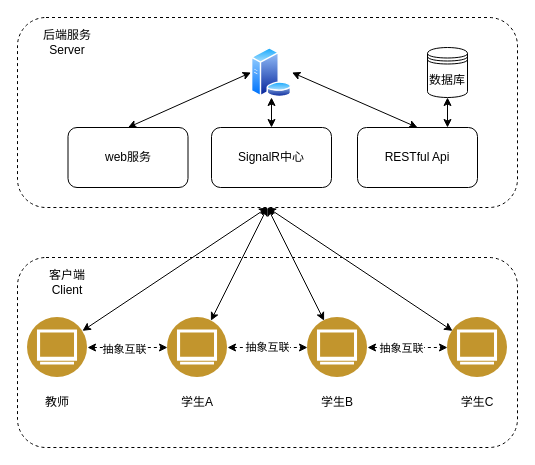
Above: 总体.drawio in Ekko306/diagrams.net (draw.io), before the change. Source tidied: cells renumbered, new cells numbered last; positions are measured from the earlier drawing's top-left corner, leaving out a move shared by most shapes. Both pictures are drawn from the tidied source at 100%, with x=0, y=0 at pixel (17, 17).
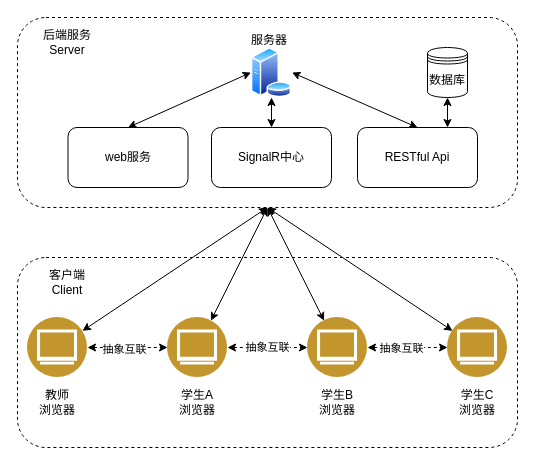
After the change.

Diff of the diagram source:
```diff
@@
-    <mxCell id="27" value="教师" style="text;html=1;strokeColor=none;fillColor=none;align=center;verticalAlign=middle;whiteSpace=wrap;rounded=0;dashed=1;" parent="1" vertex="1">
+    <mxCell id="27" value="教师&lt;br&gt;浏览器" style="text;html=1;strokeColor=none;fillColor=none;align=center;verticalAlign=middle;whiteSpace=wrap;rounded=0;dashed=1;" parent="1" vertex="1">
       <mxGeometry x="10" y="370" width="60" height="30" as="geometry" />
     </mxCell>
-    <mxCell id="28" value="学生A" style="text;html=1;strokeColor=none;fillColor=none;align=center;verticalAlign=middle;whiteSpace=wrap;rounded=0;dashed=1;" parent="1" vertex="1">
+    <mxCell id="28" value="学生A&lt;br&gt;浏览器" style="text;html=1;strokeColor=none;fillColor=none;align=center;verticalAlign=middle;whiteSpace=wrap;rounded=0;dashed=1;" parent="1" vertex="1">
       <mxGeometry x="150" y="370" width="60" height="30" as="geometry" />
     </mxCell>
-    <mxCell id="29" value="学生B" style="text;html=1;strokeColor=none;fillColor=none;align=center;verticalAlign=middle;whiteSpace=wrap;rounded=0;dashed=1;" parent="1" vertex="1">
+    <mxCell id="29" value="学生B&lt;br&gt;浏览器" style="text;html=1;strokeColor=none;fillColor=none;align=center;verticalAlign=middle;whiteSpace=wrap;rounded=0;dashed=1;" parent="1" vertex="1">
       <mxGeometry x="290" y="370" width="60" height="30" as="geometry" />
     </mxCell>
-    <mxCell id="30" value="学生C" style="text;html=1;strokeColor=none;fillColor=none;align=center;verticalAlign=middle;whiteSpace=wrap;rounded=0;dashed=1;" parent="1" vertex="1">
+    <mxCell id="30" value="学生C&lt;br&gt;浏览器" style="text;html=1;strokeColor=none;fillColor=none;align=center;verticalAlign=middle;whiteSpace=wrap;rounded=0;dashed=1;" parent="1" vertex="1">
       <mxGeometry x="430" y="370" width="60" height="30" as="geometry" />
     </mxCell>
@@
+    <mxCell id="33" value="服务器" style="text;html=1;strokeColor=none;fillColor=none;align=center;verticalAlign=middle;whiteSpace=wrap;rounded=0;dashed=1;" parent="1" vertex="1">
+      <mxGeometry x="222" y="8" width="60" height="30" as="geometry" />
+    </mxCell>
```
